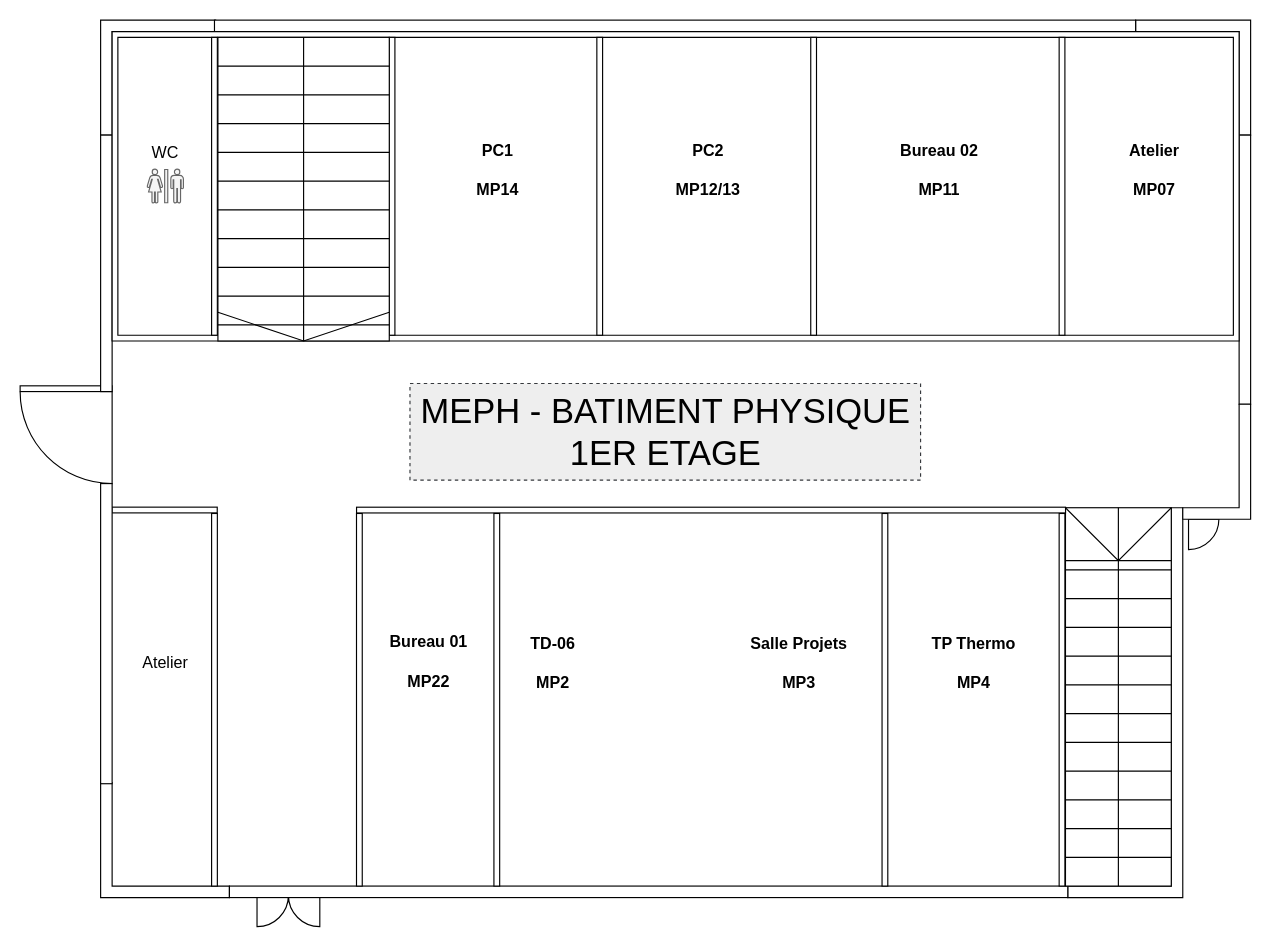
Earlier version of the draw.io diagram page "1ER" (2 of 3) of meph-plan_physique.drawio (gI7DUmmY/diagrams). Source tidied: cells renumbered, new cells numbered last; positions are measured from the earlier drawing's top-left corner, leaving out a move shared by most shapes. Both pictures are drawn from the tidied source at 115%, with x=0, y=0 at pixel (20, 20).
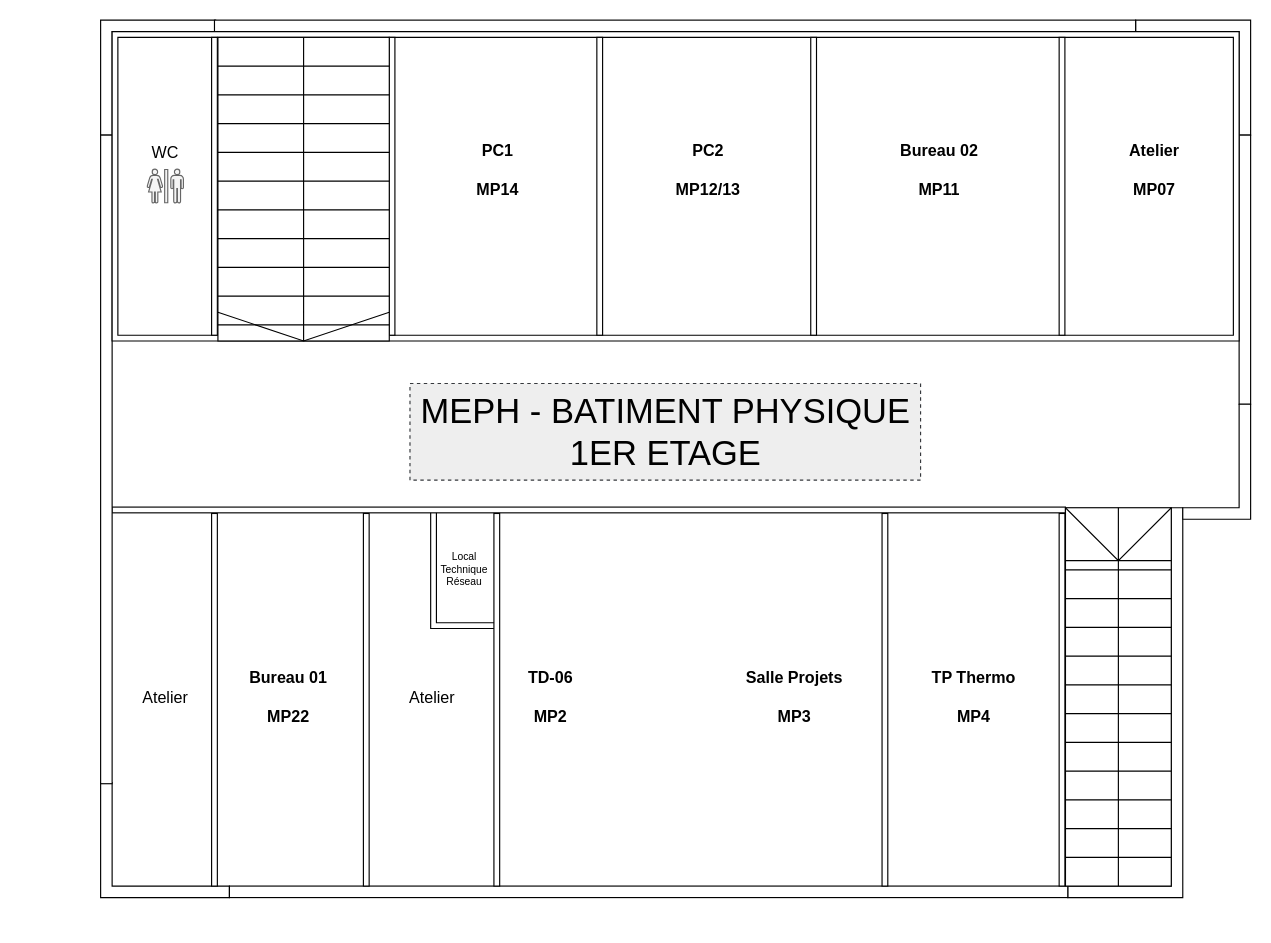
The same diagram, later.

Change to the diagram source:
```diff
@@
-    <mxCell id="2" style="verticalLabelPosition=bottom;html=1;verticalAlign=top;align=center;shape=mxgraph.floorplan.wall;direction=south;fontFamily=Helvetica;fontSize=12;wallThickness=5;rotation=90;" parent="1" vertex="1">
-      <mxGeometry x="120.6" y="380.2" width="10" height="91.6" as="geometry" />
-    </mxCell>
-    <mxCell id="3" style="verticalLabelPosition=bottom;html=1;verticalAlign=top;align=center;shape=mxgraph.floorplan.doorLeft;" parent="1" vertex="1">
-      <mxGeometry x="1016" y="429" width="26.4" height="28" as="geometry" />
-    </mxCell>
-    <mxCell id="4" style="verticalLabelPosition=bottom;html=1;verticalAlign=top;align=center;shape=mxgraph.floorplan.doorRight;" parent="1" vertex="1">
-      <mxGeometry y="318" width="80" height="85" as="geometry" />
-    </mxCell>
+    <mxCell id="42" style="verticalLabelPosition=bottom;html=1;verticalAlign=top;align=center;shape=mxgraph.floorplan.wallCorner;direction=north;wallThickness=5;" parent="1" vertex="1">
+      <mxGeometry x="357" y="427" width="57" height="102" as="geometry" />
+    </mxCell>
+    <mxCell id="29" style="verticalLabelPosition=bottom;html=1;verticalAlign=top;align=center;shape=mxgraph.floorplan.wall;direction=south;fontFamily=Helvetica;fontSize=12;wallThickness=5;rotation=90;" parent="1" vertex="1">
+      <mxGeometry x="489.4" y="11.4" width="10" height="829.1" as="geometry" />
+    </mxCell>
@@
     <mxCell id="10" style="verticalLabelPosition=bottom;html=1;verticalAlign=top;align=center;shape=mxgraph.floorplan.wall;direction=south;" parent="1" vertex="1">
-      <mxGeometry x="70" y="100" width="10" height="223" as="geometry" />
+      <mxGeometry x="70" y="100" width="10" height="564" as="geometry" />
     </mxCell>
-    <mxCell id="11" style="verticalLabelPosition=bottom;html=1;verticalAlign=top;align=center;shape=mxgraph.floorplan.wall;direction=south;" parent="1" vertex="1">
-      <mxGeometry x="70" y="403" width="10" height="261" as="geometry" />
-    </mxCell>
@@
-    <mxCell id="17" style="verticalLabelPosition=bottom;html=1;verticalAlign=top;align=center;shape=mxgraph.floorplan.doorDouble;strokeColor=default;fontFamily=Helvetica;fontSize=12;fontColor=default;fillColor=default;" parent="1" vertex="1">
-      <mxGeometry x="206" y="756" width="54.6" height="29" as="geometry" />
-    </mxCell>
@@
-    <mxCell id="21" style="verticalLabelPosition=bottom;html=1;verticalAlign=top;align=center;shape=mxgraph.floorplan.wall;direction=south;fontFamily=Helvetica;fontSize=12;wallThickness=5;" parent="1" vertex="1">
-      <mxGeometry x="290" y="429" width="10" height="324" as="geometry" />
-    </mxCell>
@@
-    <mxCell id="29" style="verticalLabelPosition=bottom;html=1;verticalAlign=top;align=center;shape=mxgraph.floorplan.wall;direction=south;fontFamily=Helvetica;fontSize=12;wallThickness=5;rotation=90;" parent="1" vertex="1">
-      <mxGeometry x="595.8" y="117.8" width="10" height="616.5" as="geometry" />
-    </mxCell>
@@
     <mxCell id="33" value="&lt;div style=&quot;font-size: 14px;&quot;&gt;Bureau 01&lt;/div&gt;&lt;div style=&quot;font-size: 14px;&quot;&gt;&lt;br&gt;&lt;/div&gt;&lt;div style=&quot;font-size: 14px;&quot;&gt;MP22&lt;/div&gt;" style="text;html=1;align=center;verticalAlign=middle;strokeColor=none;fillColor=none;fontFamily=Helvetica;fontSize=14;fontColor=default;fontStyle=1;" parent="1" vertex="1">
-      <mxGeometry x="313" y="527" width="83" height="62" as="geometry" />
+      <mxGeometry x="191" y="557.5" width="83" height="62" as="geometry" />
     </mxCell>
@@
     <mxCell id="35" value="&lt;div style=&quot;font-size: 14px;&quot;&gt;&lt;span style=&quot;font-weight: normal;&quot;&gt;Atelier&lt;/span&gt;&lt;/div&gt;" style="text;html=1;align=center;verticalAlign=middle;strokeColor=none;fillColor=none;fontFamily=Helvetica;fontSize=14;fontColor=default;fontStyle=1;" parent="1" vertex="1">
-      <mxGeometry x="97.1" y="544" width="58" height="29" as="geometry" />
+      <mxGeometry x="97" y="574" width="58" height="29" as="geometry" />
     </mxCell>
     <mxCell id="36" value="&lt;div style=&quot;font-size: 14px;&quot;&gt;TD-06&lt;/div&gt;&lt;div style=&quot;font-size: 14px;&quot;&gt;&lt;br&gt;&lt;/div&gt;&lt;div style=&quot;font-size: 14px;&quot;&gt;MP2&lt;/div&gt;" style="text;html=1;align=center;verticalAlign=middle;strokeColor=none;fillColor=none;fontFamily=Helvetica;fontSize=14;fontColor=default;fontStyle=1;" parent="1" vertex="1">
-      <mxGeometry x="434" y="527.5" width="57" height="62" as="geometry" />
+      <mxGeometry x="432.4" y="557.5" width="57" height="62" as="geometry" />
     </mxCell>
     <mxCell id="37" value="&lt;div style=&quot;font-size: 14px;&quot;&gt;Salle Projets&lt;/div&gt;&lt;div style=&quot;font-size: 14px;&quot;&gt;&lt;br&gt;&lt;/div&gt;&lt;div style=&quot;font-size: 14px;&quot;&gt;MP3&lt;/div&gt;" style="text;html=1;align=center;verticalAlign=middle;strokeColor=none;fillColor=none;fontFamily=Helvetica;fontSize=14;fontColor=default;fontStyle=1;" parent="1" vertex="1">
-      <mxGeometry x="628" y="527.5" width="97" height="62" as="geometry" />
+      <mxGeometry x="624" y="557.5" width="97" height="62" as="geometry" />
     </mxCell>
     <mxCell id="38" value="&lt;div style=&quot;font-size: 14px;&quot;&gt;TP Thermo&lt;/div&gt;&lt;div style=&quot;font-size: 14px;&quot;&gt;&lt;br&gt;&lt;/div&gt;&lt;div style=&quot;font-size: 14px;&quot;&gt;MP4&lt;/div&gt;" style="text;html=1;align=center;verticalAlign=middle;strokeColor=none;fillColor=none;fontFamily=Helvetica;fontSize=14;fontColor=default;fontStyle=1;" parent="1" vertex="1">
-      <mxGeometry x="785" y="527.5" width="88" height="62" as="geometry" />
+      <mxGeometry x="785" y="557.5" width="88" height="62" as="geometry" />
     </mxCell>
@@
+    <mxCell id="43" style="verticalLabelPosition=bottom;html=1;verticalAlign=top;align=center;shape=mxgraph.floorplan.wall;direction=south;fontFamily=Helvetica;fontSize=12;wallThickness=5;" parent="1" vertex="1">
+      <mxGeometry x="296" y="429" width="10" height="324" as="geometry" />
+    </mxCell>
+    <mxCell id="44" value="&lt;div style=&quot;font-size: 14px;&quot;&gt;&lt;span style=&quot;font-weight: normal;&quot;&gt;Atelier&lt;/span&gt;&lt;/div&gt;" style="text;html=1;align=center;verticalAlign=middle;strokeColor=none;fillColor=none;fontFamily=Helvetica;fontSize=14;fontColor=default;fontStyle=1;" parent="1" vertex="1">
+      <mxGeometry x="329" y="574" width="58" height="29" as="geometry" />
+    </mxCell>
+    <mxCell id="45" value="&lt;div style=&quot;font-size: 9px;&quot;&gt;&lt;span style=&quot;font-weight: normal; font-size: 9px;&quot;&gt;Local&lt;/span&gt;&lt;/div&gt;&lt;div style=&quot;font-size: 9px;&quot;&gt;&lt;span style=&quot;font-weight: normal; font-size: 9px;&quot;&gt;Technique&lt;/span&gt;&lt;/div&gt;&lt;div style=&quot;font-size: 9px;&quot;&gt;&lt;span style=&quot;font-weight: normal; font-size: 9px;&quot;&gt;Réseau&lt;/span&gt;&lt;/div&gt;" style="text;html=1;align=center;verticalAlign=middle;strokeColor=none;fillColor=none;fontFamily=Helvetica;fontSize=9;fontColor=default;fontStyle=1;" parent="1" vertex="1">
+      <mxGeometry x="356" y="456" width="59" height="44" as="geometry" />
+    </mxCell>
```
